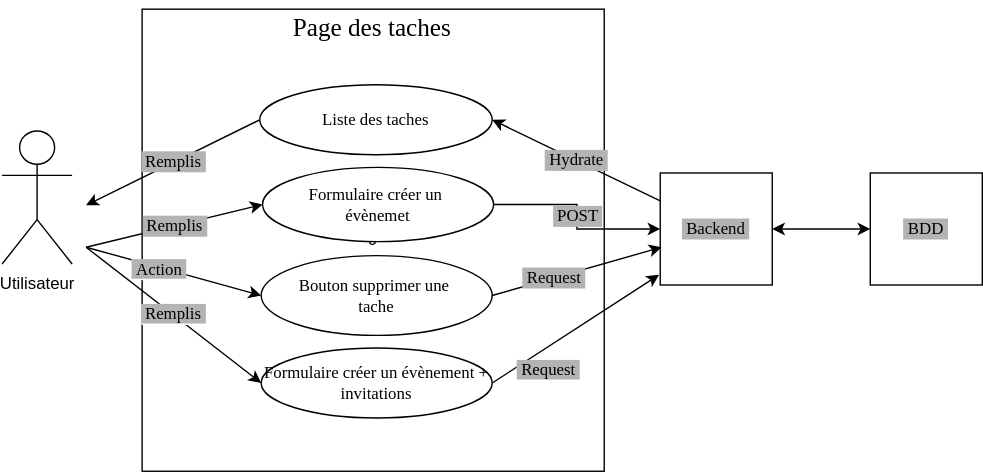
JyjyStudio/Learn-Home-P10 keeps this draw.io diagram as Diagramme cas usage page taches.drawio.svg. Above is the earlier version. Source tidied: cells renumbered, new cells last; positions are measured from the earlier drawing's top-left corner, leaving out a move shared by most shapes. The source it was exported from:
```xml
<mxGraphModel>
  <root>
    <mxCell id="0" />
    <mxCell id="1" parent="0" />
    <mxCell id="2" value="Utilisateur" style="shape=umlActor;verticalLabelPosition=bottom;verticalAlign=top;html=1;" parent="1" vertex="1">
      <mxGeometry y="93" width="50" height="95" as="geometry" />
    </mxCell>
    <mxCell id="3" value="0" style="whiteSpace=wrap;html=1;" parent="1" vertex="1">
      <mxGeometry x="100" y="6" width="330" height="330" as="geometry" />
    </mxCell>
    <mxCell id="4" value="&lt;font face=&quot;Tahoma&quot; style=&quot;font-size: 18px;&quot;&gt;Page des taches&lt;/font&gt;" style="text;html=1;align=center;verticalAlign=middle;strokeColor=none;fillColor=none;fontSize=18;fontStyle=0;" parent="1" vertex="1">
      <mxGeometry x="189" width="150" height="40" as="geometry" />
    </mxCell>
    <mxCell id="5" value="Formulaire créer un&amp;nbsp;&lt;br&gt;évènemet" style="ellipse;whiteSpace=wrap;html=1;fontFamily=Tahoma;" parent="1" vertex="1">
      <mxGeometry x="186" y="119" width="165" height="53" as="geometry" />
    </mxCell>
    <mxCell id="6" value="Bouton supprimer une&amp;nbsp;&lt;br&gt;tache" style="ellipse;whiteSpace=wrap;html=1;fontFamily=Tahoma;" parent="1" vertex="1">
      <mxGeometry x="185" y="182" width="165" height="57" as="geometry" />
    </mxCell>
    <mxCell id="7" value="Formulaire créer un évènement + invitations" style="ellipse;whiteSpace=wrap;html=1;fontFamily=Tahoma;" parent="1" vertex="1">
      <mxGeometry x="185" y="248" width="165" height="50" as="geometry" />
    </mxCell>
    <mxCell id="8" style="endArrow=classic;html=1;rounded=0;fontFamily=Tahoma;fontSize=12;entryX=0;entryY=0.5;entryDx=0;entryDy=0;" parent="1" edge="1" target="6">
      <mxGeometry relative="1" as="geometry">
        <mxPoint x="60" y="176" as="sourcePoint" />
      </mxGeometry>
    </mxCell>
    <mxCell id="9" value="&lt;span style=&quot;background-color: rgb(179, 179, 179);&quot;&gt;&amp;nbsp;Action&amp;nbsp;&lt;/span&gt;" style="edgeLabel;html=1;align=center;verticalAlign=middle;fontSize=12;fontFamily=Tahoma;" parent="8" vertex="1">
      <mxGeometry x="-0.16" y="-1" relative="1" as="geometry" />
    </mxCell>
    <mxCell id="10" value="&lt;span style=&quot;background-color: rgb(179, 179, 179);&quot;&gt;&amp;nbsp;Remplis&amp;nbsp;&lt;/span&gt;" style="endArrow=classic;html=1;rounded=0;fontFamily=Tahoma;fontSize=12;entryX=0;entryY=0.5;entryDx=0;entryDy=0;" parent="1" edge="1" target="7">
      <mxGeometry relative="1" as="geometry">
        <mxPoint x="60" y="176" as="sourcePoint" />
      </mxGeometry>
    </mxCell>
    <mxCell id="11" value="&amp;nbsp;POST&amp;nbsp;" style="edgeStyle=orthogonalEdgeStyle;rounded=0;jettySize=auto;html=1;exitX=1;exitY=0.5;exitDx=0;exitDy=0;labelBackgroundColor=#B3B3B3;fontFamily=Tahoma;fontSize=12;entryX=0;entryY=0.5;entryDx=0;entryDy=0;" parent="1" edge="1" source="5" target="12">
      <mxGeometry relative="1" as="geometry" />
    </mxCell>
    <mxCell id="12" value="&amp;nbsp;Backend&amp;nbsp;" style="whiteSpace=wrap;html=1;labelBackgroundColor=#B3B3B3;fontFamily=Tahoma;fontSize=12;" parent="1" vertex="1">
      <mxGeometry x="470" y="123" width="80" height="80" as="geometry" />
    </mxCell>
    <mxCell id="13" value="&amp;nbsp;BDD&amp;nbsp;" style="whiteSpace=wrap;html=1;labelBackgroundColor=#B3B3B3;fontFamily=Tahoma;fontSize=12;" parent="1" vertex="1">
      <mxGeometry x="620" y="123" width="80" height="80" as="geometry" />
    </mxCell>
    <mxCell id="14" style="endArrow=classic;startArrow=classic;html=1;rounded=0;labelBackgroundColor=#B3B3B3;fontFamily=Tahoma;fontSize=12;entryX=0;entryY=0.5;entryDx=0;entryDy=0;exitX=1;exitY=0.5;exitDx=0;exitDy=0;" parent="1" edge="1" source="12" target="13">
      <mxGeometry relative="1" as="geometry" />
    </mxCell>
    <mxCell id="15" style="endArrow=classic;html=1;rounded=0;labelBackgroundColor=#B3B3B3;fontFamily=Tahoma;fontSize=12;exitX=1;exitY=0.5;exitDx=0;exitDy=0;entryX=-0.01;entryY=0.908;entryDx=0;entryDy=0;entryPerimeter=0;" parent="1" edge="1" source="7" target="12">
      <mxGeometry relative="1" as="geometry" />
    </mxCell>
    <mxCell id="16" value="&lt;span style=&quot;background-color: rgb(179, 179, 179);&quot;&gt;&amp;nbsp;Request&amp;nbsp;&lt;/span&gt;" style="edgeLabel;html=1;align=center;verticalAlign=middle;fontSize=12;fontFamily=Tahoma;" parent="15" vertex="1">
      <mxGeometry x="-0.2" y="-5" relative="1" as="geometry">
        <mxPoint x="-11" y="17" as="offset" />
      </mxGeometry>
    </mxCell>
    <mxCell id="17" style="endArrow=classic;html=1;rounded=0;labelBackgroundColor=#B3B3B3;fontFamily=Tahoma;fontSize=12;exitX=1;exitY=0.5;exitDx=0;exitDy=0;" parent="1" edge="1" source="6">
      <mxGeometry relative="1" as="geometry">
        <mxPoint x="471" y="176" as="targetPoint" />
      </mxGeometry>
    </mxCell>
    <mxCell id="18" value="&amp;nbsp;Request&amp;nbsp;" style="edgeLabel;html=1;align=center;verticalAlign=middle;fontSize=12;fontFamily=Tahoma;labelBackgroundColor=#B3B3B3;" parent="17" vertex="1">
      <mxGeometry x="0.18" y="-4" relative="1" as="geometry">
        <mxPoint x="-29" y="3" as="offset" />
      </mxGeometry>
    </mxCell>
    <mxCell id="19" value="&amp;nbsp;Remplis&amp;nbsp;" style="endArrow=classic;html=1;rounded=0;labelBackgroundColor=#B3B3B3;fontFamily=Tahoma;fontSize=12;entryX=0;entryY=0.5;entryDx=0;entryDy=0;" parent="1" edge="1" target="5">
      <mxGeometry relative="1" as="geometry">
        <mxPoint x="60" y="176" as="sourcePoint" />
      </mxGeometry>
    </mxCell>
    <mxCell id="20" value="Liste des taches" style="ellipse;whiteSpace=wrap;html=1;fontFamily=Tahoma;" parent="1" vertex="1">
      <mxGeometry x="184" y="60" width="166" height="50" as="geometry" />
    </mxCell>
    <mxCell id="21" value="&amp;nbsp;Remplis&amp;nbsp;" style="endArrow=classic;html=1;rounded=0;labelBackgroundColor=#B3B3B3;fontFamily=Tahoma;fontSize=12;exitX=0;exitY=0.5;exitDx=0;exitDy=0;" parent="1" edge="1" source="20">
      <mxGeometry relative="1" as="geometry">
        <mxPoint x="60" y="146" as="targetPoint" />
      </mxGeometry>
    </mxCell>
    <mxCell id="22" value="&amp;nbsp;Hydrate&amp;nbsp;" style="endArrow=classic;html=1;rounded=0;labelBackgroundColor=#B3B3B3;fontFamily=Tahoma;fontSize=12;entryX=1;entryY=0.5;entryDx=0;entryDy=0;exitX=0;exitY=0.25;exitDx=0;exitDy=0;" parent="1" edge="1" source="12" target="20">
      <mxGeometry relative="1" as="geometry" />
    </mxCell>
  </root>
</mxGraphModel>
```
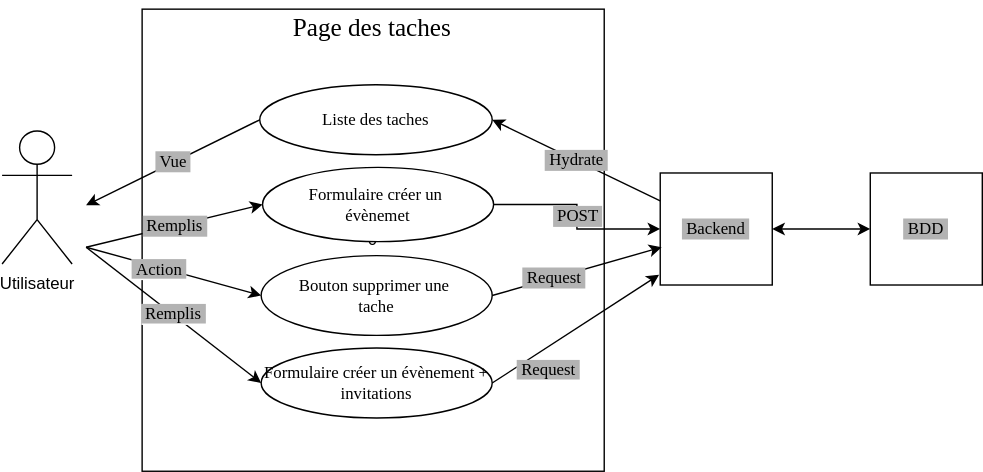
The same diagram one commit later.

Change to the diagram source:
```diff
@@ -71,7 +71,7 @@
     <mxCell id="20" value="Liste des taches" style="ellipse;whiteSpace=wrap;html=1;fontFamily=Tahoma;" parent="1" vertex="1">
       <mxGeometry x="184" y="60" width="166" height="50" as="geometry" />
     </mxCell>
-    <mxCell id="21" value="&amp;nbsp;Remplis&amp;nbsp;" style="endArrow=classic;html=1;rounded=0;labelBackgroundColor=#B3B3B3;fontFamily=Tahoma;fontSize=12;exitX=0;exitY=0.5;exitDx=0;exitDy=0;" parent="1" edge="1" source="20">
+    <mxCell id="21" value="&amp;nbsp;Vue&amp;nbsp;" style="endArrow=classic;html=1;rounded=0;labelBackgroundColor=#B3B3B3;fontFamily=Tahoma;fontSize=12;exitX=0;exitY=0.5;exitDx=0;exitDy=0;" parent="1" edge="1" source="20">
       <mxGeometry relative="1" as="geometry">
         <mxPoint x="60" y="146" as="targetPoint" />
       </mxGeometry>
```
